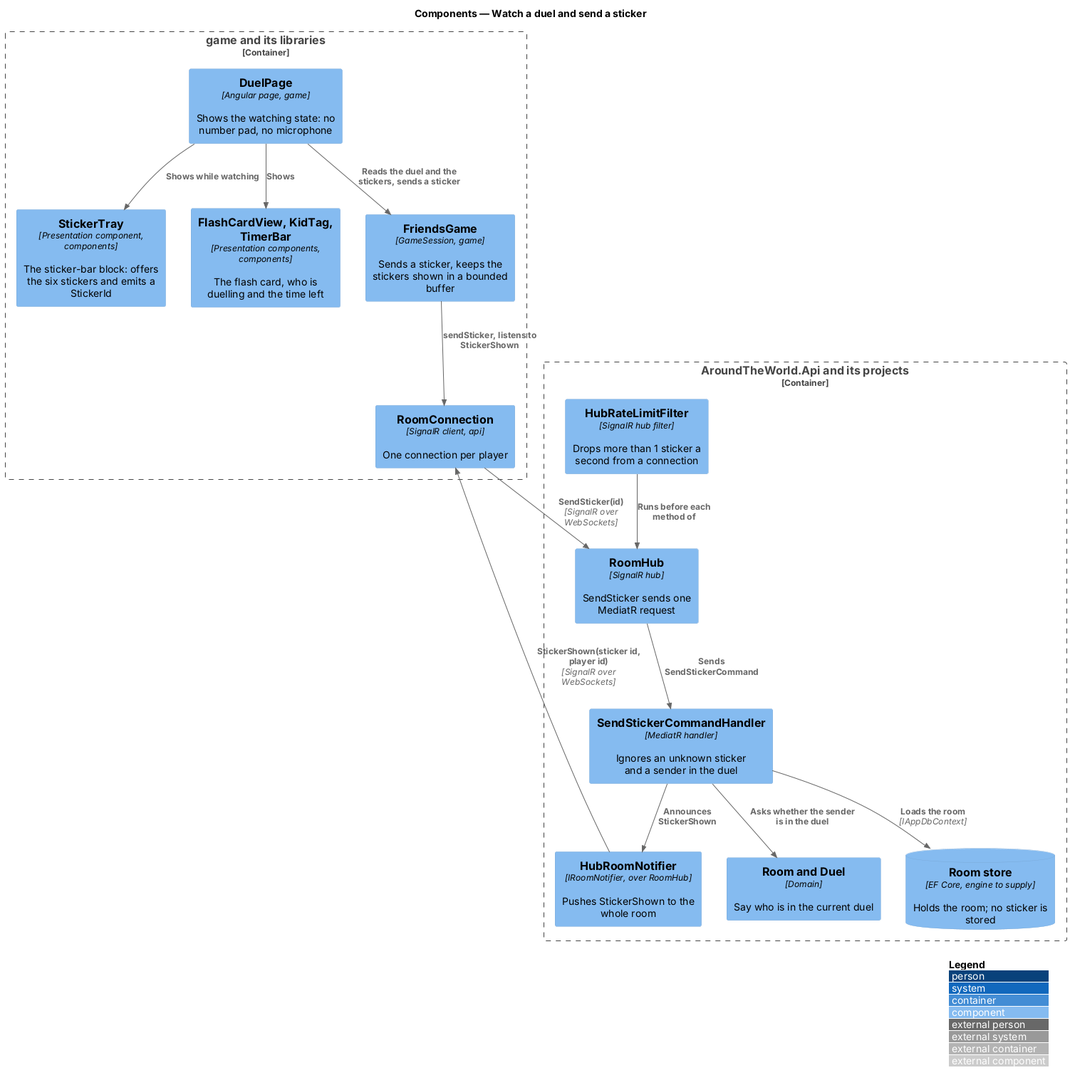
This is docs/detailed-designs/rooms/watch-duel-and-send-sticker/diagrams/c4-component.png from QuinntyneBrown/around-the-world, a PlantUML export, as it was before one commit. Its source is kept beside it as docs/detailed-designs/rooms/watch-duel-and-send-sticker/diagrams/c4-component.puml. The source it was exported from:
```plantuml
@startuml
!include <C4/C4_Component>
LAYOUT_WITH_LEGEND()
title Components — Watch a duel and send a sticker

Container_Boundary(game, "game and its libraries") {
  Component(page, "DuelPage", "Angular page, game", "Shows the watching state: no number pad, no microphone")
  Component(tray, "StickerTray", "Presentation component, components", "The sticker-bar block: offers the six stickers and emits a StickerId")
  Component(card, "FlashCardView, KidTag, TimerBar", "Presentation components, components", "The flash card, who is duelling and the time left")
  Component(session, "FriendsGame", "GameSession, game", "Sends a sticker, keeps the stickers shown in a bounded buffer")
  Component(conn, "RoomConnection", "SignalR client, api", "One connection per player")
}
Container_Boundary(api, "AroundTheWorld.Api and its projects") {
  Component(hub, "RoomHub", "SignalR hub", "SendSticker sends one MediatR request")
  Component(limit, "HubRateLimitFilter", "SignalR hub filter", "Drops more than 1 sticker a second from a connection")
  Component(handler, "SendStickerCommandHandler", "MediatR handler", "Ignores an unknown sticker and a sender in the duel")
  Component(room, "Room and Duel", "Domain", "Say who is in the current duel")
  Component(notifier, "HubRoomNotifier", "IRoomNotifier, over RoomHub", "Pushes StickerShown to the whole room")
  ComponentDb(store, "Room store", "EF Core, engine to supply", "Holds the room; no sticker is stored")
}
Rel(page, card, "Shows")
Rel(page, tray, "Shows while watching")
Rel(page, session, "Reads the duel and the stickers, sends a sticker")
Rel(session, conn, "sendSticker, listens to StickerShown")
Rel(conn, hub, "SendSticker(id)", "SignalR over WebSockets")
Rel(limit, hub, "Runs before each method of")
Rel(hub, handler, "Sends SendStickerCommand")
Rel(handler, store, "Loads the room", "IAppDbContext")
Rel(handler, room, "Asks whether the sender is in the duel")
Rel(handler, notifier, "Announces StickerShown")
Rel(notifier, conn, "StickerShown(sticker id, player id)", "SignalR over WebSockets")
@enduml
```
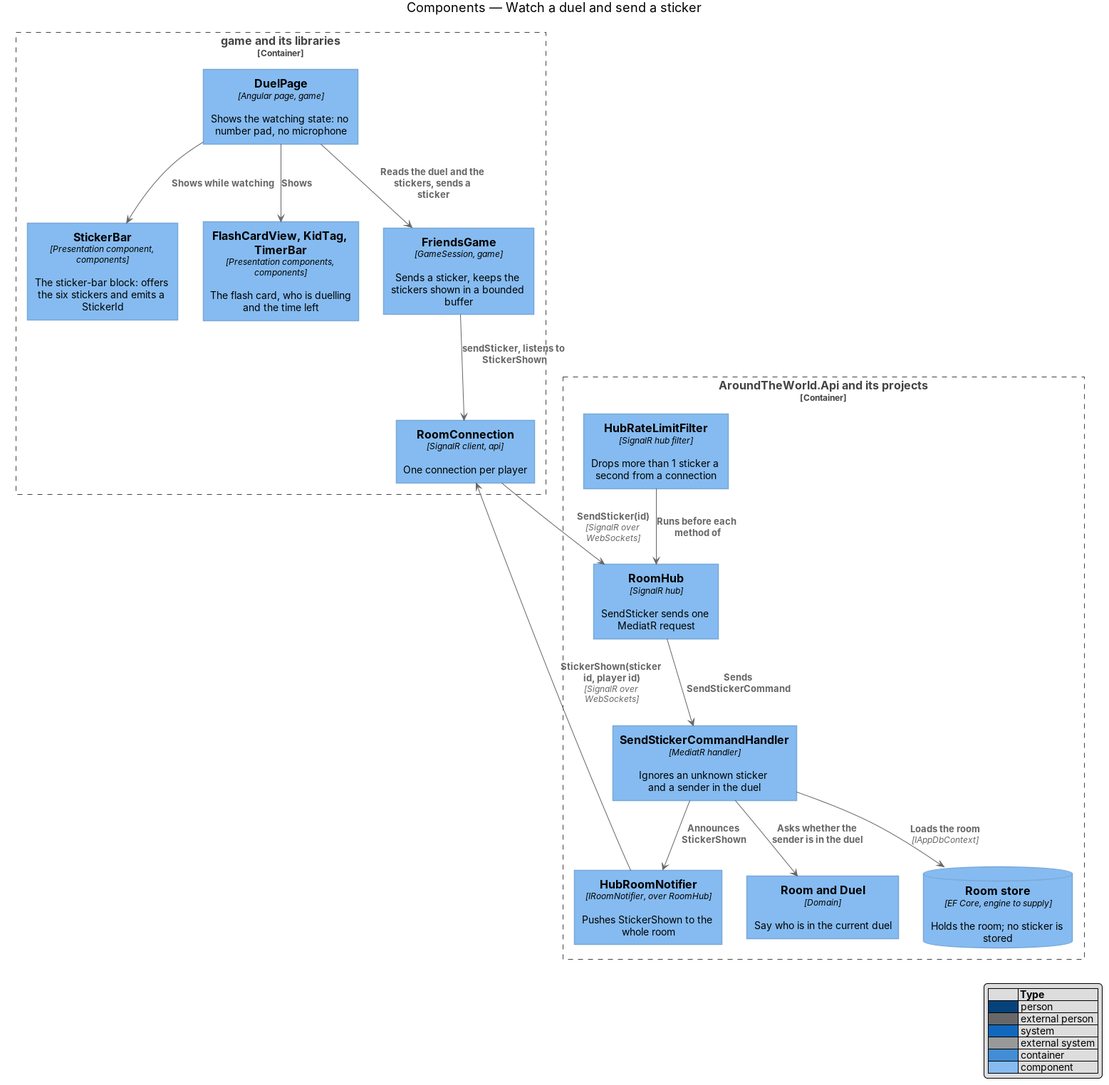
Later version of the same file.

What changed in the source:
```diff
@@ -5,7 +5,7 @@
 
 Container_Boundary(game, "game and its libraries") {
   Component(page, "DuelPage", "Angular page, game", "Shows the watching state: no number pad, no microphone")
-  Component(tray, "StickerTray", "Presentation component, components", "The sticker-bar block: offers the six stickers and emits a StickerId")
+  Component(tray, "StickerBar", "Presentation component, components", "The sticker-bar block: offers the six stickers and emits a StickerId")
   Component(card, "FlashCardView, KidTag, TimerBar", "Presentation components, components", "The flash card, who is duelling and the time left")
   Component(session, "FriendsGame", "GameSession, game", "Sends a sticker, keeps the stickers shown in a bounded buffer")
   Component(conn, "RoomConnection", "SignalR client, api", "One connection per player")
```
